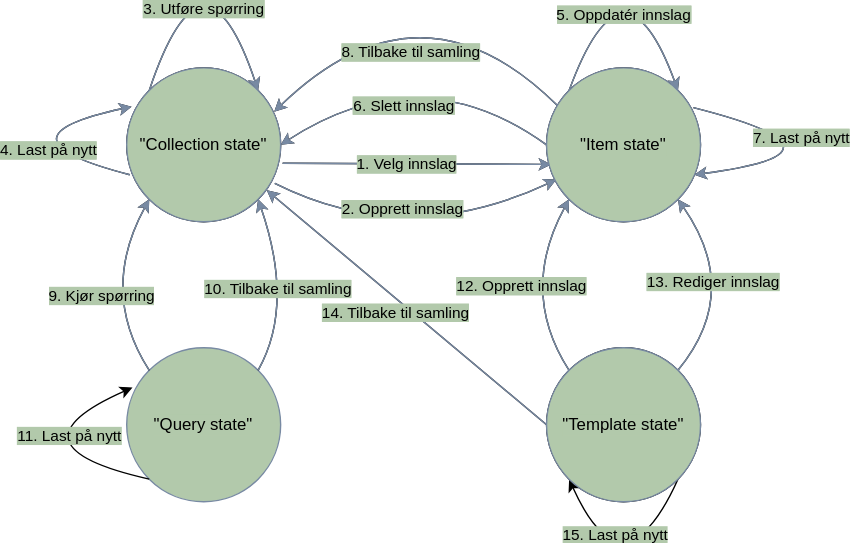
Earlier version of the draw.io export gfx/chapter-3/state-transitions.drawio.svg (thomaswolff/hypermedia-book). Source tidied: cells renumbered, new cells last; positions are measured from the earlier drawing's top-left corner, leaving out a move shared by most shapes.
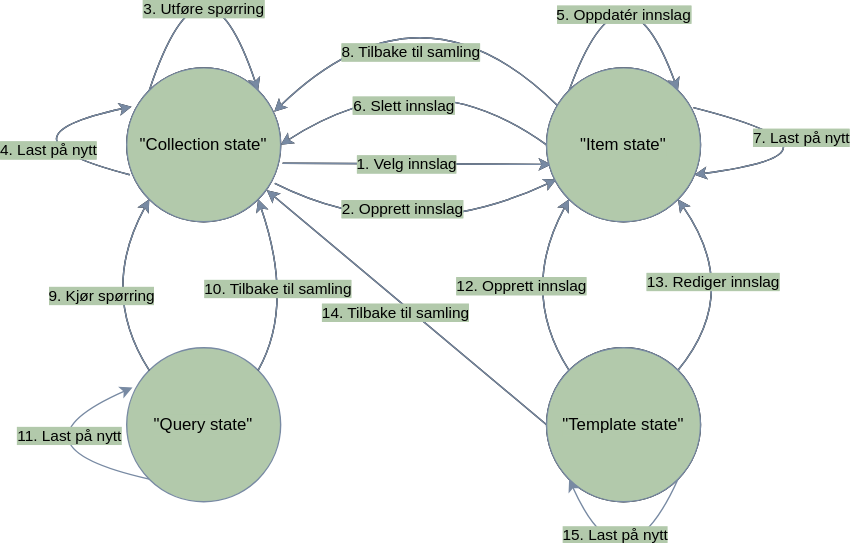
Above is the later version.

Commit message:
Glemte farger på noen linjer

Change to the diagram source:
```diff
@@ -109,7 +109,7 @@
     <mxCell id="24" value="10. Tilbake til samling" style="edgeLabel;html=1;align=center;verticalAlign=middle;fontColor=#000000;labelBackgroundColor=#B2C9AB;" parent="23" vertex="1">
       <mxGeometry x="0.03" y="8" relative="1" as="geometry" />
     </mxCell>
-    <mxCell id="25" style="endArrow=classic;html=1;curved=1;entryX=0.038;entryY=0.258;entryDx=0;entryDy=0;exitX=0;exitY=1;exitDx=0;exitDy=0;entryPerimeter=0;fontColor=#000000;labelBackgroundColor=#B2C9AB;" parent="1" edge="1" source="20" target="20">
+    <mxCell id="25" style="endArrow=classic;html=1;curved=1;entryX=0.038;entryY=0.258;entryDx=0;entryDy=0;exitX=0;exitY=1;exitDx=0;exitDy=0;entryPerimeter=0;fontColor=#000000;labelBackgroundColor=#B2C9AB;strokeColor=#788AA3;" parent="1" edge="1" source="20" target="20">
       <mxGeometry relative="1" as="geometry">
         <Array as="points">
           <mxPoint x="10" y="370" />
@@ -145,7 +145,7 @@
     <mxCell id="32" value="14. Tilbake til samling" style="edgeLabel;html=1;align=center;verticalAlign=middle;fontColor=#000000;labelBackgroundColor=#B2C9AB;" parent="31" vertex="1">
       <mxGeometry x="0.03" y="8" relative="1" as="geometry" />
     </mxCell>
-    <mxCell id="33" style="endArrow=classic;html=1;curved=1;exitX=1;exitY=1;exitDx=0;exitDy=0;entryX=0;entryY=1;entryDx=0;entryDy=0;fontColor=#000000;labelBackgroundColor=#B2C9AB;" parent="1" edge="1" source="27" target="27">
+    <mxCell id="33" style="endArrow=classic;html=1;curved=1;exitX=1;exitY=1;exitDx=0;exitDy=0;entryX=0;entryY=1;entryDx=0;entryDy=0;fontColor=#000000;labelBackgroundColor=#B2C9AB;strokeColor=#788AA3;" parent="1" edge="1" source="27" target="27">
       <mxGeometry relative="1" as="geometry">
         <Array as="points">
           <mxPoint x="455" y="480" />
```
